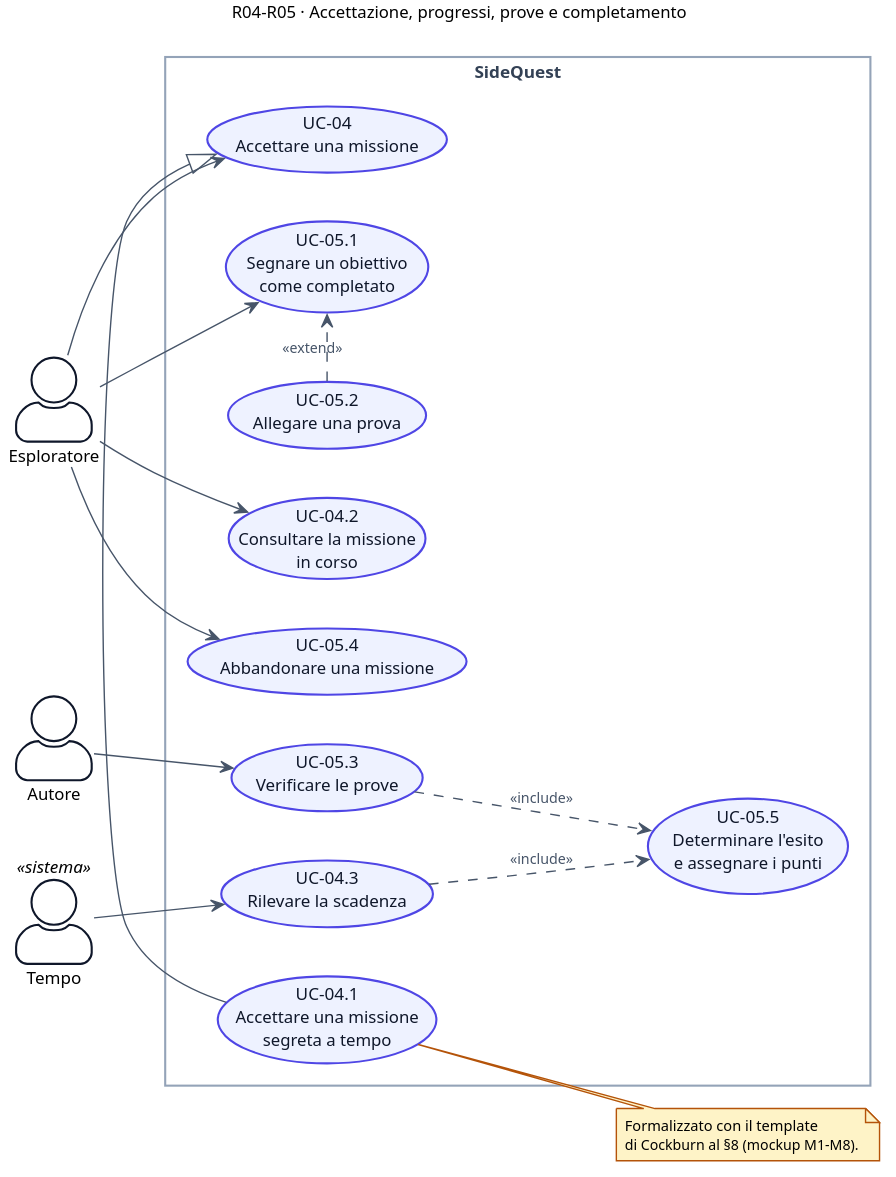
The PlantUML diagram docs/requirements/diagrams/uc-03-partecipazione.svg in GritHat/SideQuest, before a commit.
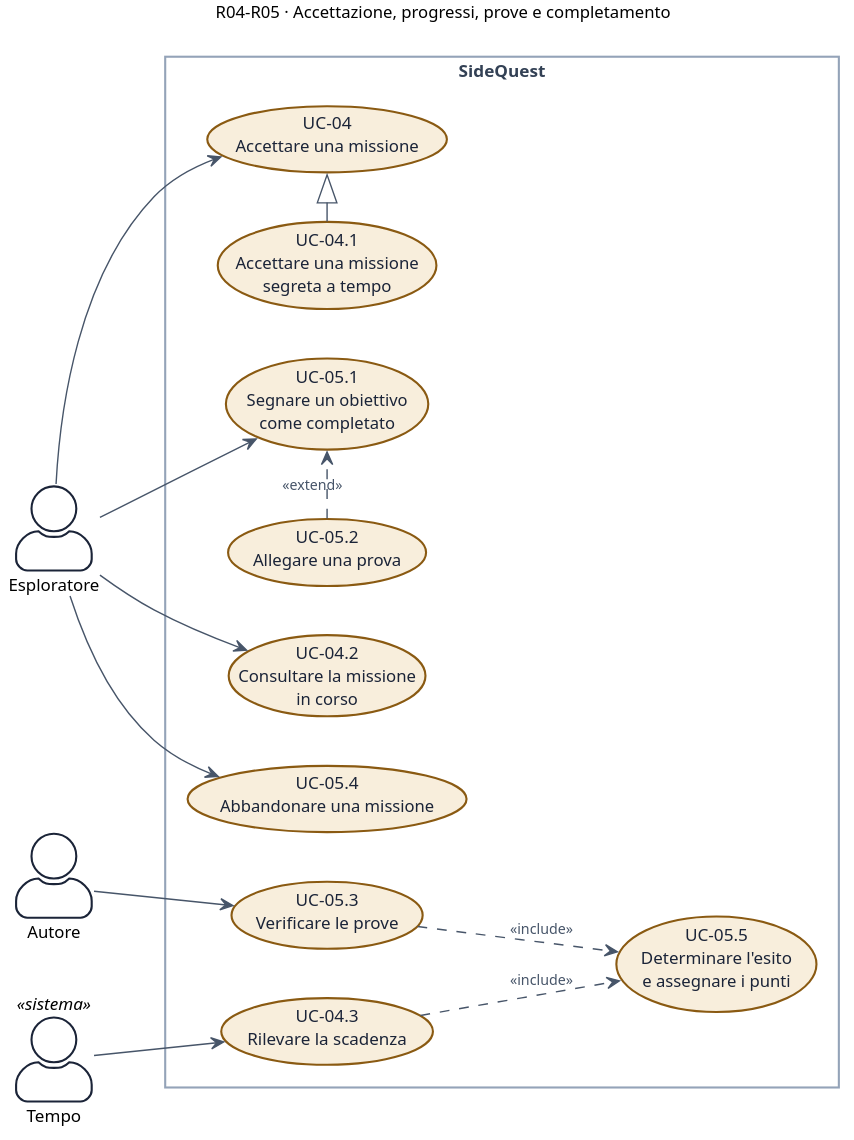
The same file after the commit.

The edit, as a diff of the source:
```diff
@@ -8,12 +8,12 @@
 skinparam ArrowFontSize 10
 skinparam ArrowFontColor #475569
 skinparam usecase {
-  BackgroundColor #EEF2FF
-  BorderColor #4F46E5
-  FontColor #0F172A
+  BackgroundColor #F8EEDC
+  BorderColor #8A5A12
+  FontColor #1B2438
 }
 skinparam actor {
-  BorderColor #0F172A
+  BorderColor #1B2438
   BackgroundColor #FFFFFF
 }
 skinparam rectangle {
@@ -57,8 +57,4 @@
 Tempo --> UC043
 UC043 ..> UC055 : <<include>>
 
-note right of UC041
-  Formalizzato con il template
-  di Cockburn al §8 (mockup M1-M8).
-end note
 @enduml
```
